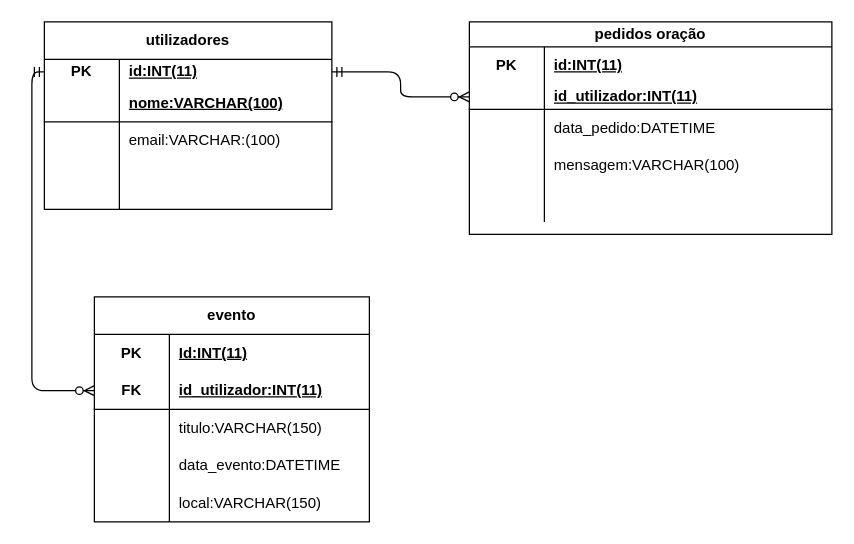
Before: Modelo_er.drawio in Mariojuniorchimene742/PAP_Mario_Gerry_igresjas, a draw.io diagram. Source tidied: cells renumbered, new cells numbered last; positions are measured from the earlier drawing's top-left corner, leaving out a move shared by most shapes. Both pictures are drawn from the tidied source at 125%, with x=0, y=0 at pixel (44, 21).
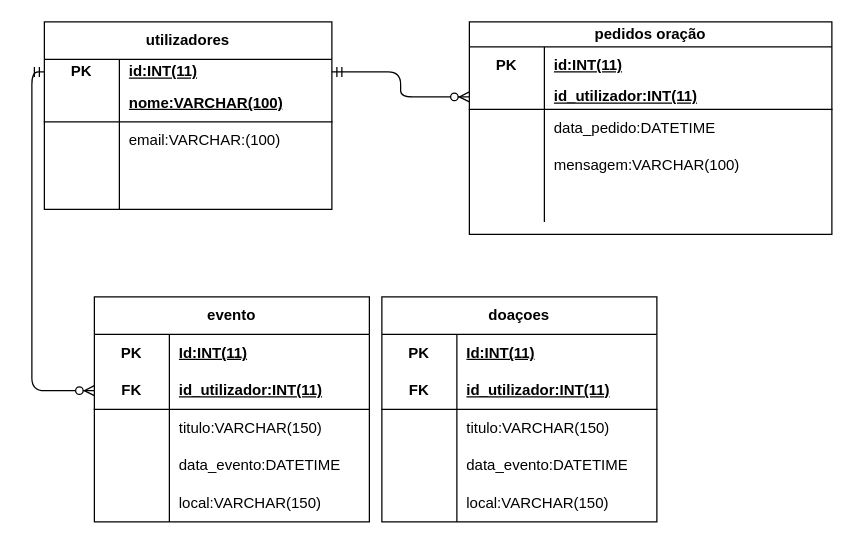
The same page after the edit.

Commit message:
Criei uma nova tabela doaçoes e implementaçao de dados na tabela.

Change to the diagram source:
```diff
@@
+    <mxCell id="49" value="doaçoes" style="shape=table;startSize=30;childLayout=tableLayout;rowLines=0;fontStyle=1;align=center;html=1;whiteSpace=wrap;" parent="1" vertex="1">
+      <mxGeometry x="270" y="220" width="220" height="180" as="geometry" />
+    </mxCell>
+    <mxCell id="50" style="shape=tableRow;horizontal=0;startSize=0;swimlaneHead=0;swimlaneBody=0;fillColor=none;top=0;left=0;right=0;bottom=0;html=1;" parent="49" vertex="1">
+      <mxGeometry y="30" width="220" height="30" as="geometry" />
+    </mxCell>
+    <mxCell id="51" value="PK" style="shape=partialRectangle;fillColor=none;top=0;left=0;bottom=0;right=0;fontStyle=1;overflow=hidden;html=1;whiteSpace=wrap;" parent="50" vertex="1">
+      <mxGeometry width="60" height="30" as="geometry" />
+    </mxCell>
+    <mxCell id="52" value="Id:INT(11)" style="shape=partialRectangle;fillColor=none;top=0;left=0;bottom=0;right=0;align=left;spacingLeft=6;fontStyle=5;overflow=hidden;html=1;whiteSpace=wrap;" parent="50" vertex="1">
+      <mxGeometry x="60" width="160" height="30" as="geometry" />
+    </mxCell>
+    <mxCell id="53" style="shape=tableRow;horizontal=0;startSize=0;swimlaneHead=0;swimlaneBody=0;fillColor=none;top=0;left=0;right=0;bottom=1;html=1;" parent="49" vertex="1">
+      <mxGeometry y="60" width="220" height="30" as="geometry" />
+    </mxCell>
+    <mxCell id="54" value="FK" style="shape=partialRectangle;fillColor=none;top=0;left=0;bottom=0;right=0;fontStyle=1;overflow=hidden;html=1;whiteSpace=wrap;" parent="53" vertex="1">
+      <mxGeometry width="60" height="30" as="geometry" />
+    </mxCell>
+    <mxCell id="55" value="id_utilizador:INT(11)" style="shape=partialRectangle;fillColor=none;top=0;left=0;bottom=0;right=0;align=left;spacingLeft=6;fontStyle=5;overflow=hidden;html=1;whiteSpace=wrap;" parent="53" vertex="1">
+      <mxGeometry x="60" width="160" height="30" as="geometry" />
+    </mxCell>
+    <mxCell id="56" style="shape=tableRow;horizontal=0;startSize=0;swimlaneHead=0;swimlaneBody=0;fillColor=none;top=0;left=0;right=0;bottom=0;html=1;" parent="49" vertex="1">
+      <mxGeometry y="90" width="220" height="30" as="geometry" />
+    </mxCell>
+    <mxCell id="57" style="shape=partialRectangle;fillColor=none;top=0;left=0;bottom=0;right=0;overflow=hidden;html=1;whiteSpace=wrap;" parent="56" vertex="1">
+      <mxGeometry width="60" height="30" as="geometry" />
+    </mxCell>
+    <mxCell id="58" value="titulo:VARCHAR(150)" style="shape=partialRectangle;fillColor=none;top=0;left=0;bottom=0;right=0;align=left;spacingLeft=6;overflow=hidden;html=1;whiteSpace=wrap;" parent="56" vertex="1">
+      <mxGeometry x="60" width="160" height="30" as="geometry" />
+    </mxCell>
+    <mxCell id="59" style="shape=tableRow;horizontal=0;startSize=0;swimlaneHead=0;swimlaneBody=0;fillColor=none;top=0;left=0;right=0;bottom=0;html=1;" parent="49" vertex="1">
+      <mxGeometry y="120" width="220" height="30" as="geometry" />
+    </mxCell>
+    <mxCell id="60" style="shape=partialRectangle;fillColor=none;top=0;left=0;bottom=0;right=0;overflow=hidden;html=1;whiteSpace=wrap;" parent="59" vertex="1">
+      <mxGeometry width="60" height="30" as="geometry" />
+    </mxCell>
+    <mxCell id="61" value="data_evento:DATETIME" style="shape=partialRectangle;fillColor=none;top=0;left=0;bottom=0;right=0;align=left;spacingLeft=6;overflow=hidden;html=1;whiteSpace=wrap;" parent="59" vertex="1">
+      <mxGeometry x="60" width="160" height="30" as="geometry" />
+    </mxCell>
+    <mxCell id="62" style="shape=tableRow;horizontal=0;startSize=0;swimlaneHead=0;swimlaneBody=0;fillColor=none;top=0;left=0;right=0;bottom=0;html=1;" parent="49" vertex="1">
+      <mxGeometry y="150" width="220" height="30" as="geometry" />
+    </mxCell>
+    <mxCell id="63" style="shape=partialRectangle;fillColor=none;top=0;left=0;bottom=0;right=0;overflow=hidden;html=1;whiteSpace=wrap;" parent="62" vertex="1">
+      <mxGeometry width="60" height="30" as="geometry" />
+    </mxCell>
+    <mxCell id="64" value="local:VARCHAR(150)" style="shape=partialRectangle;fillColor=none;top=0;left=0;bottom=0;right=0;align=left;spacingLeft=6;overflow=hidden;html=1;whiteSpace=wrap;" parent="62" vertex="1">
+      <mxGeometry x="60" width="160" height="30" as="geometry" />
+    </mxCell>
```
